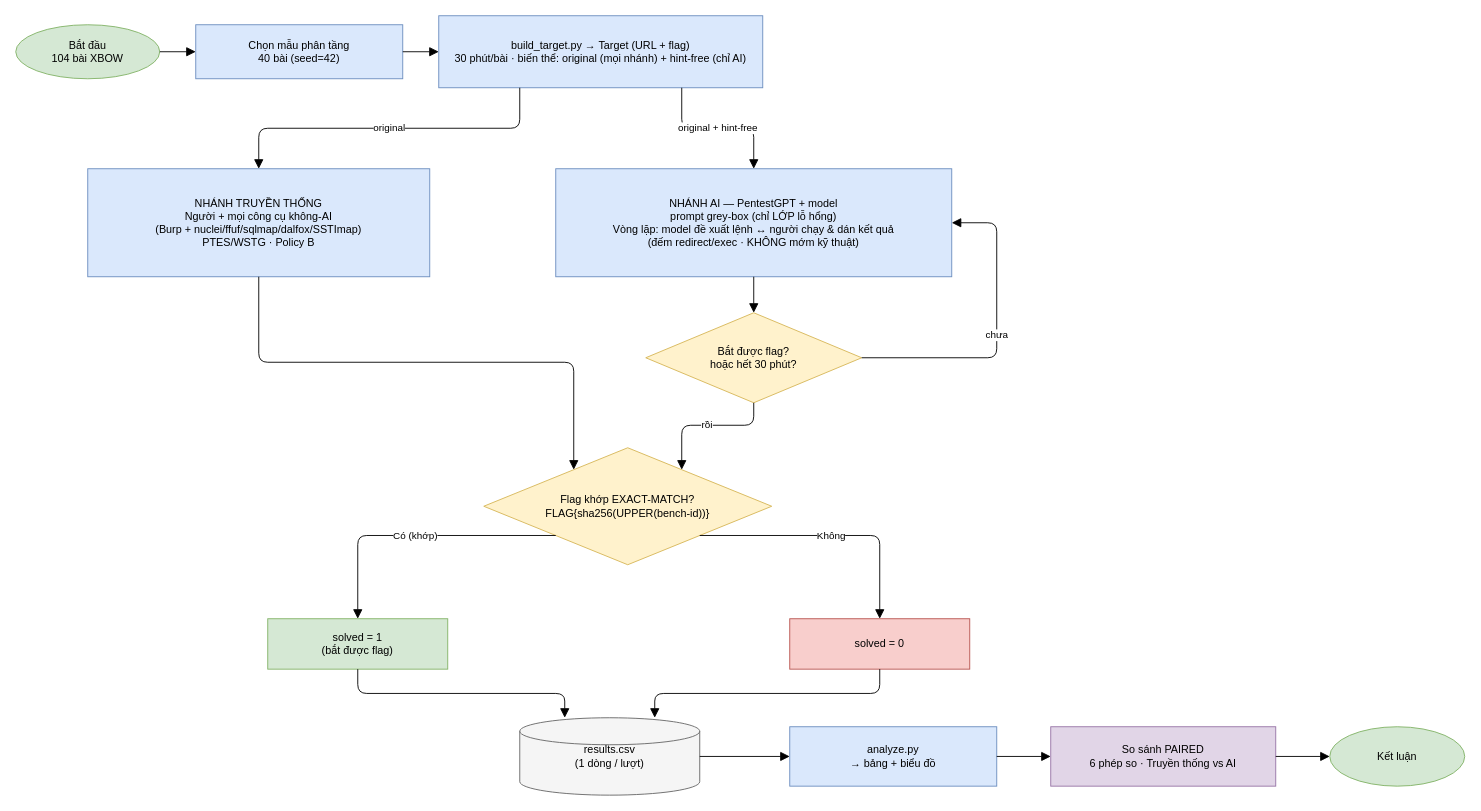
Earlier version of the draw.io diagram docs/workflow.drawio (VuNguyenBinh/KLTN-FA26). Source tidied: cells renumbered, new cells numbered last; positions are measured from the earlier drawing's top-left corner, leaving out a move shared by most shapes. Both pictures are drawn from the tidied source at 90%, with x=0, y=0 at pixel (15, 15).
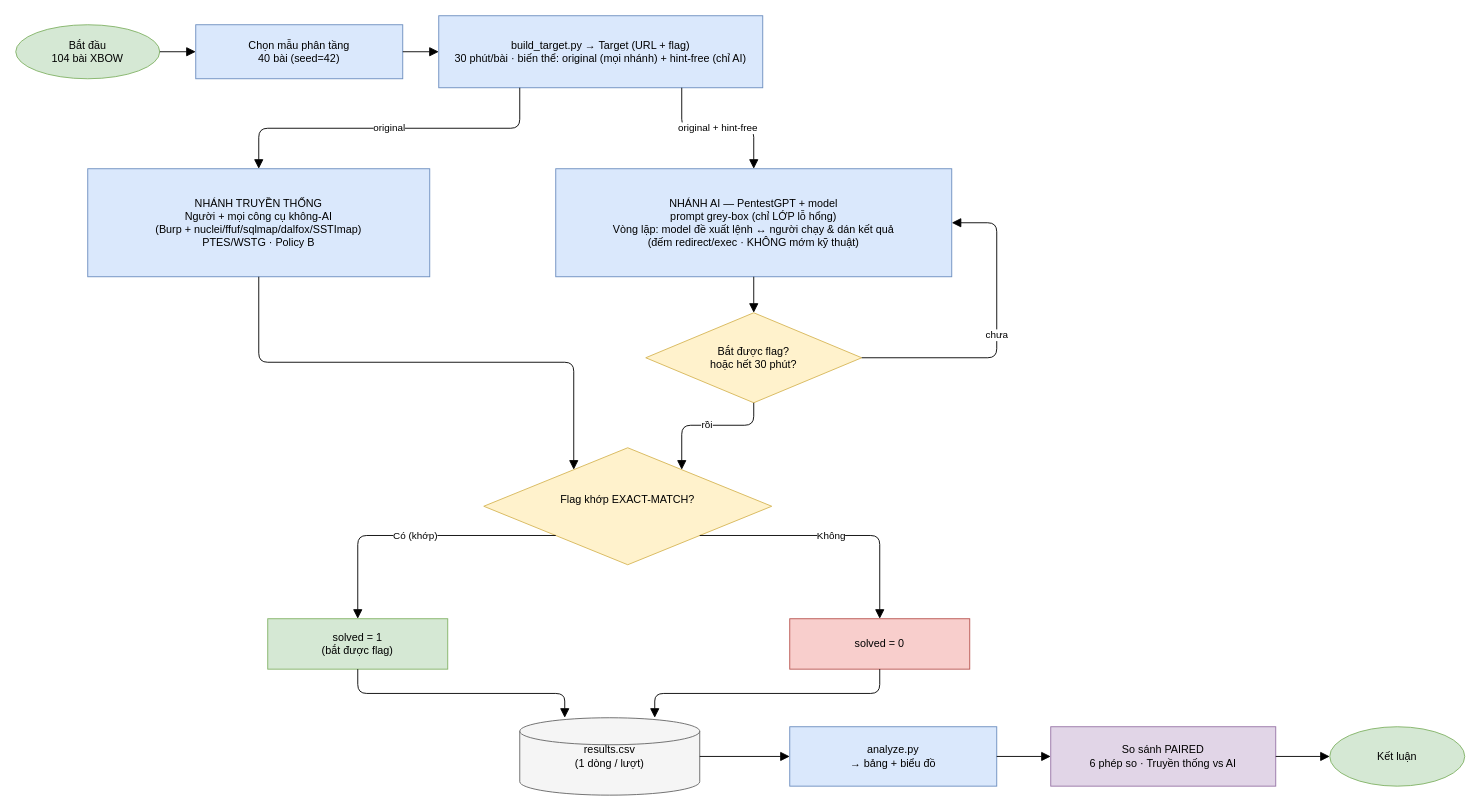
The same diagram, later.

Commit message (it also covers changes not shown here):
docs: add defense Q&A component guide + update workflow diagram

- So_tay_phan_bien_KLTN (.md + .docx): quick-reference describing each project
  component (what it is, how it works, third-party vs self-written, what the
  group added, usage), honest attribution table, and anticipated committee Q&A
- workflow.drawio: manual edits by the group

Change to the diagram source:
```diff
@@
-    <mxCell id="8" value="Flag khớp EXACT-MATCH?&#10;FLAG{sha256(UPPER(bench-id))}" style="rhombus;whiteSpace=wrap;html=1;convertToSvg=1;fillColor=#fff2cc;strokeColor=#d6b656;" parent="1" vertex="1">
+    <mxCell id="8" value="Flag khớp EXACT-MATCH?&lt;div&gt;&lt;br/&gt;&lt;/div&gt;" style="rhombus;whiteSpace=wrap;html=1;convertToSvg=1;fillColor=#fff2cc;strokeColor=#d6b656;" parent="1" vertex="1">
       <mxGeometry x="520" y="480" width="320" height="130" as="geometry" />
     </mxCell>
```
